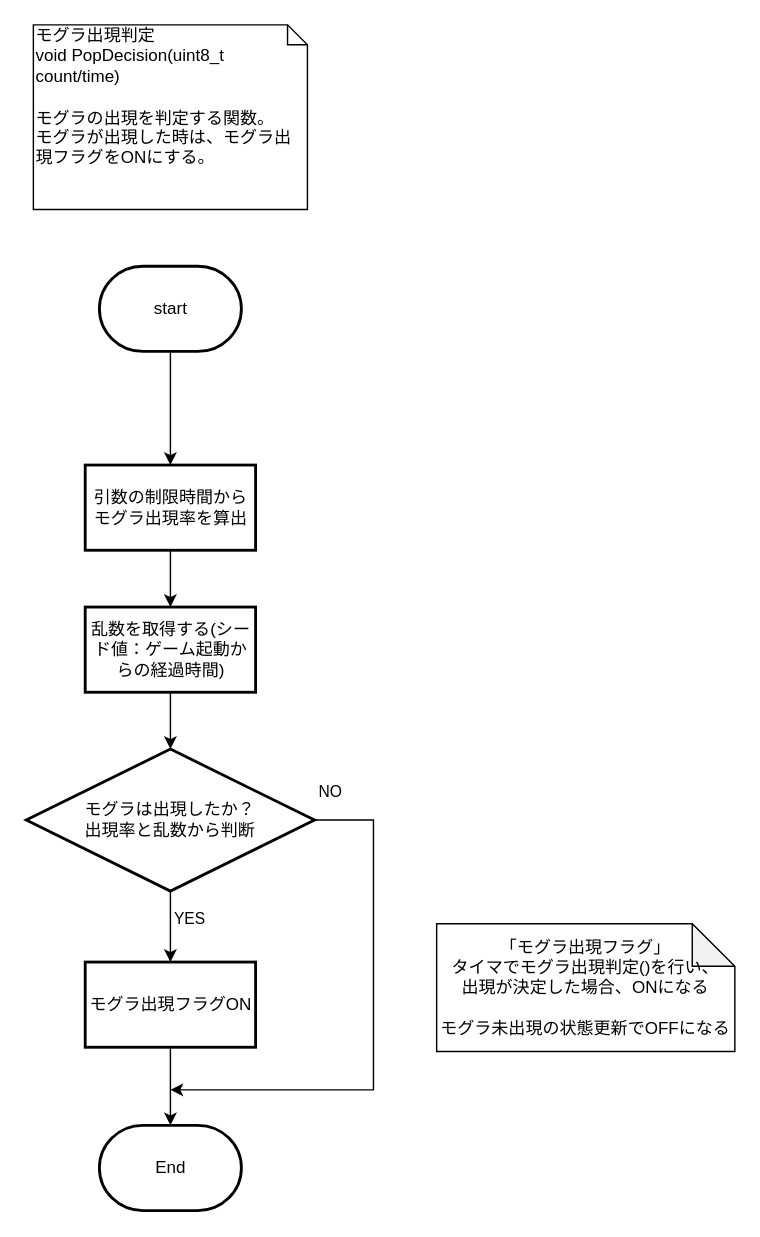
Above: page "モグラ出現判定" (7 of 7) of 資料/設計書/フローチャート/モグラ叩き_フローチャート_ゲーム中.drawio in hakohumi/comp.train.whack-a-mole (draw.io), before the change. Source tidied: cells renumbered, new cells numbered last; positions are measured from the earlier drawing's top-left corner, leaving out a move shared by most shapes. Both pictures are drawn from the tidied source at 142%, with x=0, y=0 at pixel (26, 24).
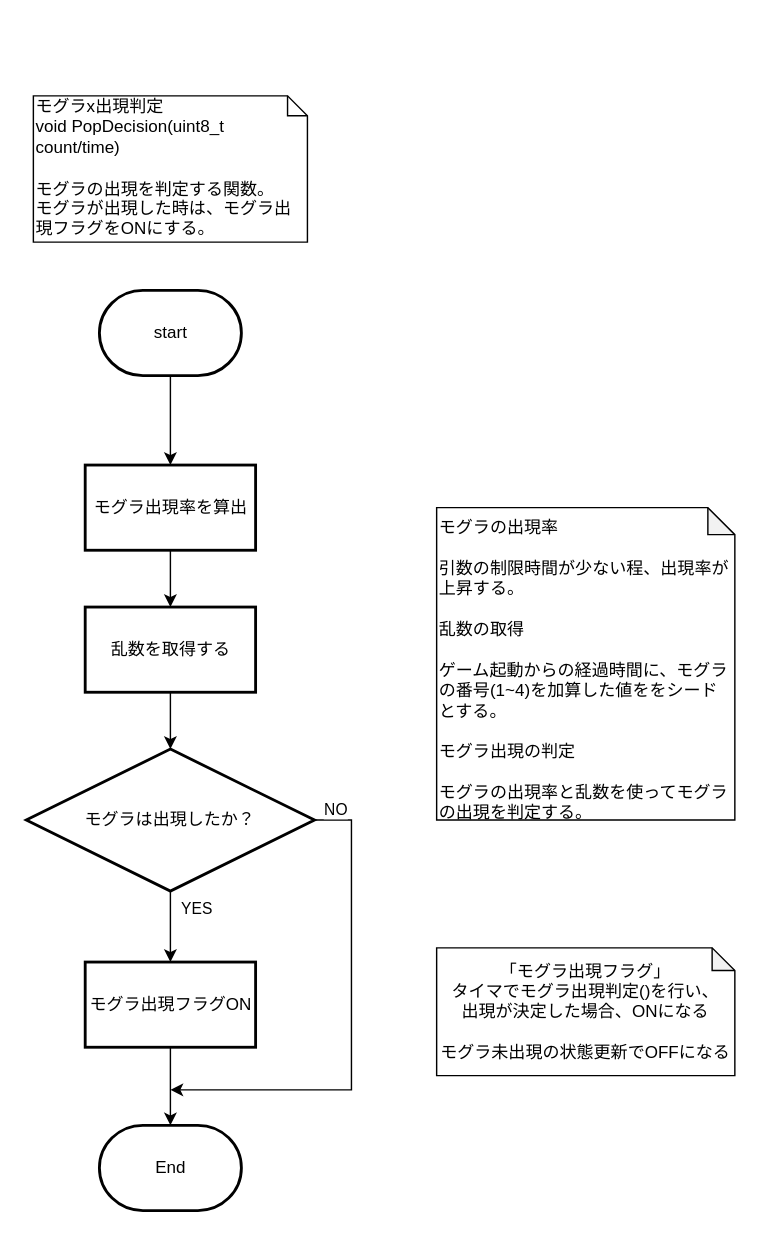
The same diagram, later.

Change to the diagram source:
```diff
@@
 <mxGraphModel>
   <root>
     <mxCell id="0" />
     <mxCell id="1" parent="0" />
-    <mxCell id="2" value="「モグラ出現フラグ」&lt;br&gt;タイマでモグラ出現判定()を行い、&lt;br&gt;出現が決定した場合、ONになる&lt;br&gt;&lt;br&gt;モグラ未出現の状態更新でOFFになる" style="shape=note;whiteSpace=wrap;html=1;backgroundOutline=1;darkOpacity=0.05;" parent="1" vertex="1">
-      <mxGeometry x="289" y="633" width="210" height="90" as="geometry" />
+    <mxCell id="2" value="「モグラ出現フラグ」&lt;br&gt;タイマでモグラ出現判定()を行い、&lt;br&gt;出現が決定した場合、ONになる&lt;br&gt;&lt;br&gt;モグラ未出現の状態更新でOFFになる" style="shape=note;whiteSpace=wrap;html=1;backgroundOutline=1;darkOpacity=0.05;size=16;" parent="1" vertex="1">
+      <mxGeometry x="289" y="650" width="210" height="90" as="geometry" />
     </mxCell>
     <mxCell id="3" style="edgeStyle=orthogonalEdgeStyle;rounded=0;jettySize=auto;html=1;" parent="1" edge="1" source="4" target="9">
       <mxGeometry relative="1" as="geometry" />
     </mxCell>
     <mxCell id="4" value="start" style="strokeWidth=2;html=1;shape=mxgraph.flowchart.terminator;whiteSpace=wrap;" parent="1" vertex="1">
-      <mxGeometry x="51.5" y="170" width="100" height="60" as="geometry" />
+      <mxGeometry x="51.5" y="187" width="100" height="60" as="geometry" />
     </mxCell>
     <mxCell id="5" style="edgeStyle=orthogonalEdgeStyle;rounded=0;jettySize=auto;html=1;exitX=0.5;exitY=1;exitDx=0;exitDy=0;" parent="1" edge="1" source="15">
       <mxGeometry relative="1" as="geometry">
         <mxPoint x="101.5" y="775" as="targetPoint" />
       </mxGeometry>
     </mxCell>
     <mxCell id="6" value="End" style="strokeWidth=2;html=1;shape=mxgraph.flowchart.terminator;whiteSpace=wrap;" parent="1" vertex="1">
       <mxGeometry x="51.5" y="775" width="100" height="60" as="geometry" />
     </mxCell>
-    <mxCell id="7" value="モグラ出現判定&lt;br&gt;void PopDecision(uint8_t count/time)&lt;br&gt;&lt;br&gt;モグラの出現を判定する関数。&lt;br&gt;モグラが出現した時は、モグラ出現フラグをONにする。" style="shape=note;whiteSpace=wrap;html=1;size=14;verticalAlign=top;align=left;spacingTop=-6;" parent="1" vertex="1">
-      <mxGeometry x="5" width="193" height="130" as="geometry" />
+    <mxCell id="7" value="モグラx出現判定&lt;br&gt;void PopDecision(uint8_t count/time)&lt;br&gt;&lt;br&gt;モグラの出現を判定する関数。&lt;br&gt;モグラが出現した時は、モグラ出現フラグをONにする。" style="shape=note;whiteSpace=wrap;html=1;size=14;verticalAlign=top;align=left;spacingTop=-6;" parent="1" vertex="1">
+      <mxGeometry x="5" y="50" width="193" height="103" as="geometry" />
     </mxCell>
     <mxCell id="8" style="edgeStyle=orthogonalEdgeStyle;rounded=0;jettySize=auto;html=1;" parent="1" edge="1" source="9" target="11">
       <mxGeometry relative="1" as="geometry" />
     </mxCell>
-    <mxCell id="9" value="引数の制限時間からモグラ出現率を算出" style="whiteSpace=wrap;html=1;strokeWidth=2;" parent="1" vertex="1">
+    <mxCell id="9" value="モグラ出現率を算出" style="whiteSpace=wrap;html=1;strokeWidth=2;" parent="1" vertex="1">
       <mxGeometry x="41.5" y="310" width="120" height="60" as="geometry" />
     </mxCell>
     <mxCell id="10" style="edgeStyle=orthogonalEdgeStyle;rounded=0;jettySize=auto;html=1;" parent="1" edge="1" source="11" target="14">
       <mxGeometry relative="1" as="geometry" />
     </mxCell>
-    <mxCell id="11" value="乱数を取得する(シード値：ゲーム起動からの経過時間)" style="whiteSpace=wrap;html=1;strokeWidth=2;" parent="1" vertex="1">
+    <mxCell id="11" value="乱数を取得する" style="whiteSpace=wrap;html=1;strokeWidth=2;" parent="1" vertex="1">
       <mxGeometry x="41.5" y="410" width="120" height="60" as="geometry" />
     </mxCell>
     <mxCell id="12" value="YES" style="edgeStyle=orthogonalEdgeStyle;rounded=0;jettySize=auto;html=1;" parent="1" edge="1" source="14" target="15">
-      <mxGeometry x="-0.2" y="13" relative="1" as="geometry" />
+      <mxGeometry x="-0.48" y="18" relative="1" as="geometry" />
     </mxCell>
     <mxCell id="13" value="NO" style="edgeStyle=orthogonalEdgeStyle;rounded=0;jettySize=auto;html=1;exitX=1;exitY=0.5;exitDx=0;exitDy=0;" parent="1" edge="1" source="14">
-      <mxGeometry x="-0.94" y="20" relative="1" as="geometry">
+      <mxGeometry x="-0.91" y="7" relative="1" as="geometry">
         <mxPoint x="101.5" y="750" as="targetPoint" />
         <Array as="points">
-          <mxPoint x="244.5" y="560" />
-          <mxPoint x="244.5" y="750" />
-          <mxPoint x="101.5" y="750" />
+          <mxPoint x="229" y="560" />
+          <mxPoint x="229" y="750" />
         </Array>
       </mxGeometry>
     </mxCell>
-    <mxCell id="14" value="モグラは出現したか？&lt;br&gt;出現率と乱数から判断" style="rhombus;whiteSpace=wrap;html=1;strokeWidth=2;" parent="1" vertex="1">
+    <mxCell id="14" value="モグラは出現したか？" style="rhombus;whiteSpace=wrap;html=1;strokeWidth=2;" parent="1" vertex="1">
       <mxGeometry y="510" width="203" height="100" as="geometry" />
     </mxCell>
     <mxCell id="15" value="モグラ出現フラグON" style="whiteSpace=wrap;html=1;strokeWidth=2;" parent="1" vertex="1">
       <mxGeometry x="41.5" y="660" width="120" height="60" as="geometry" />
     </mxCell>
+    <mxCell id="16" value="モグラの出現率&lt;br&gt;&lt;br&gt;引数の制限時間が少ない程、出現率が上昇する。&lt;br&gt;&lt;br&gt;乱数の取得&lt;br&gt;&lt;br&gt;ゲーム起動からの経過時間に、モグラの番号(1~4)を加算した値ををシードとする。&lt;br&gt;&lt;br&gt;モグラ出現の判定&lt;br&gt;&lt;br&gt;モグラの出現率と乱数を使ってモグラの出現を判定する。" style="shape=note;whiteSpace=wrap;html=1;backgroundOutline=1;darkOpacity=0.05;align=left;size=19;verticalAlign=top;" parent="1" vertex="1">
+      <mxGeometry x="289" y="340" width="210" height="220" as="geometry" />
+    </mxCell>
   </root>
 </mxGraphModel>
```
